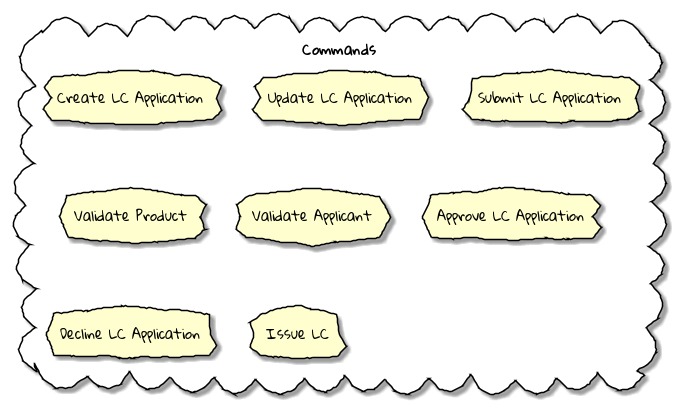
Before: images/potential-commands.png, a diagram exported from PlantUML (ddd-book-java/prem-website).
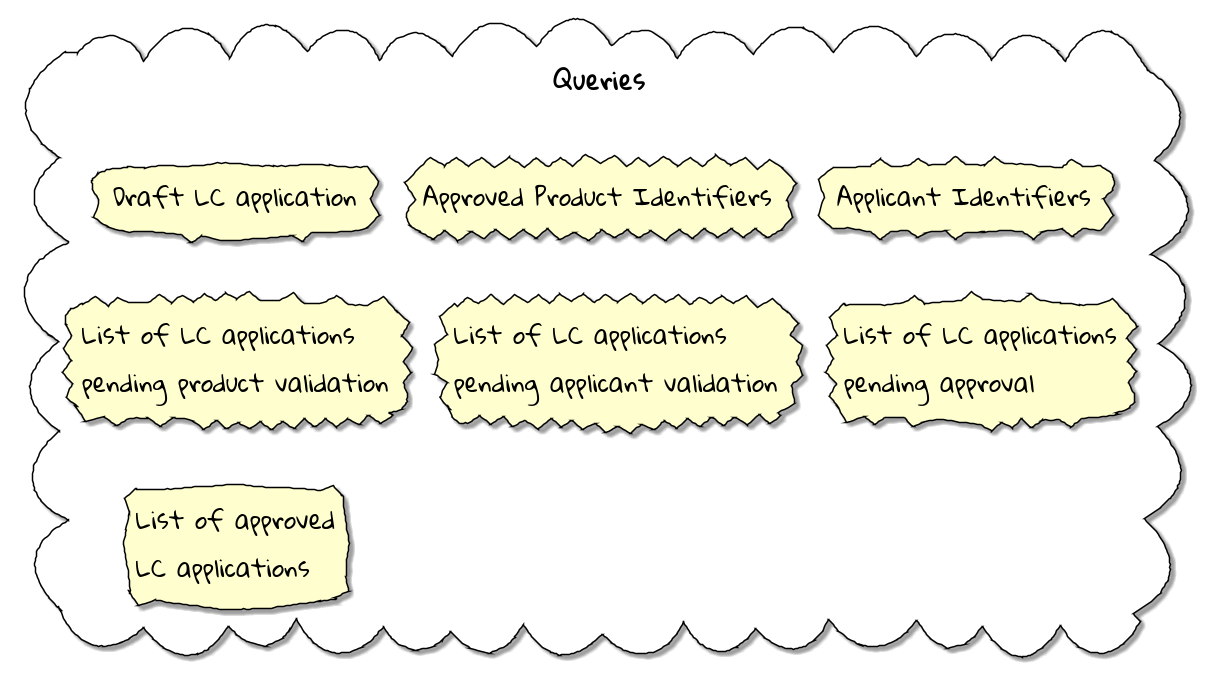
The same diagram one commit later.

Change to the diagram source:
```diff
@@ -1,14 +1,14 @@
 @startuml
 skinparam handwritten true
 skinparam CloudFontName "Gloria Hallelujah"
-cloud Commands {
-    cloud "Create LC Application"
-    cloud "Update LC Application"
-    cloud "Submit LC Application"
-    cloud "Validate Product"
-    cloud "Validate Applicant"
-    cloud "Approve LC Application"
-    cloud "Decline LC Application"
-    cloud "Issue LC"
+skinparam CloudFontSize 24
+cloud "Queries\n" {
+    cloud "Draft LC application"
+    cloud "Approved Product Identifiers"
+    cloud "Applicant Identifiers"
+    cloud "List of LC applications\npending product validation"
+    cloud "List of LC applications\npending applicant validation"
+    cloud "List of LC applications\npending approval"
+    cloud "List of approved\nLC applications"
 }
 @enduml
```
